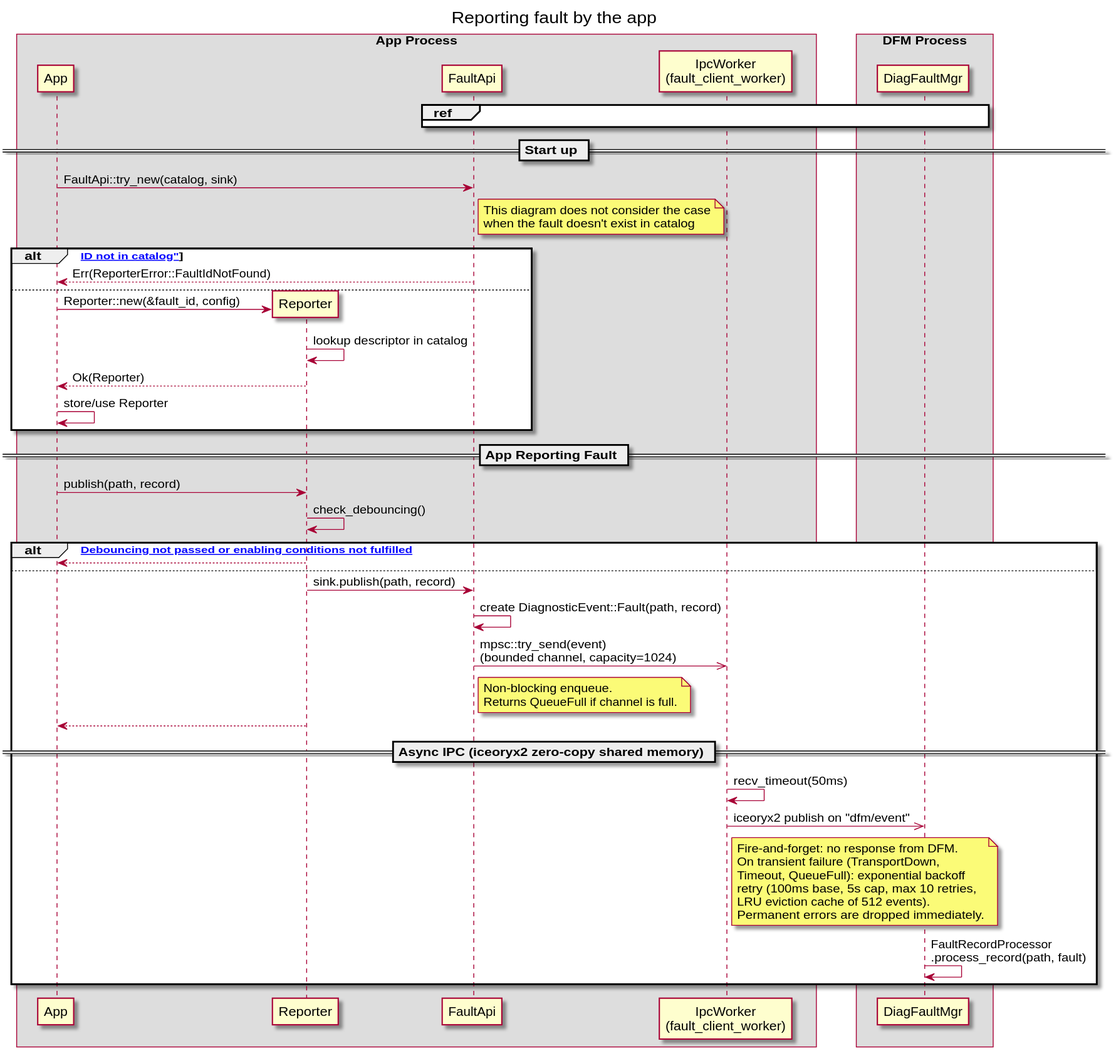
Above: docs/puml/new_fault.svg in eclipse-opensovd/fault-lib (PlantUML), before the change.
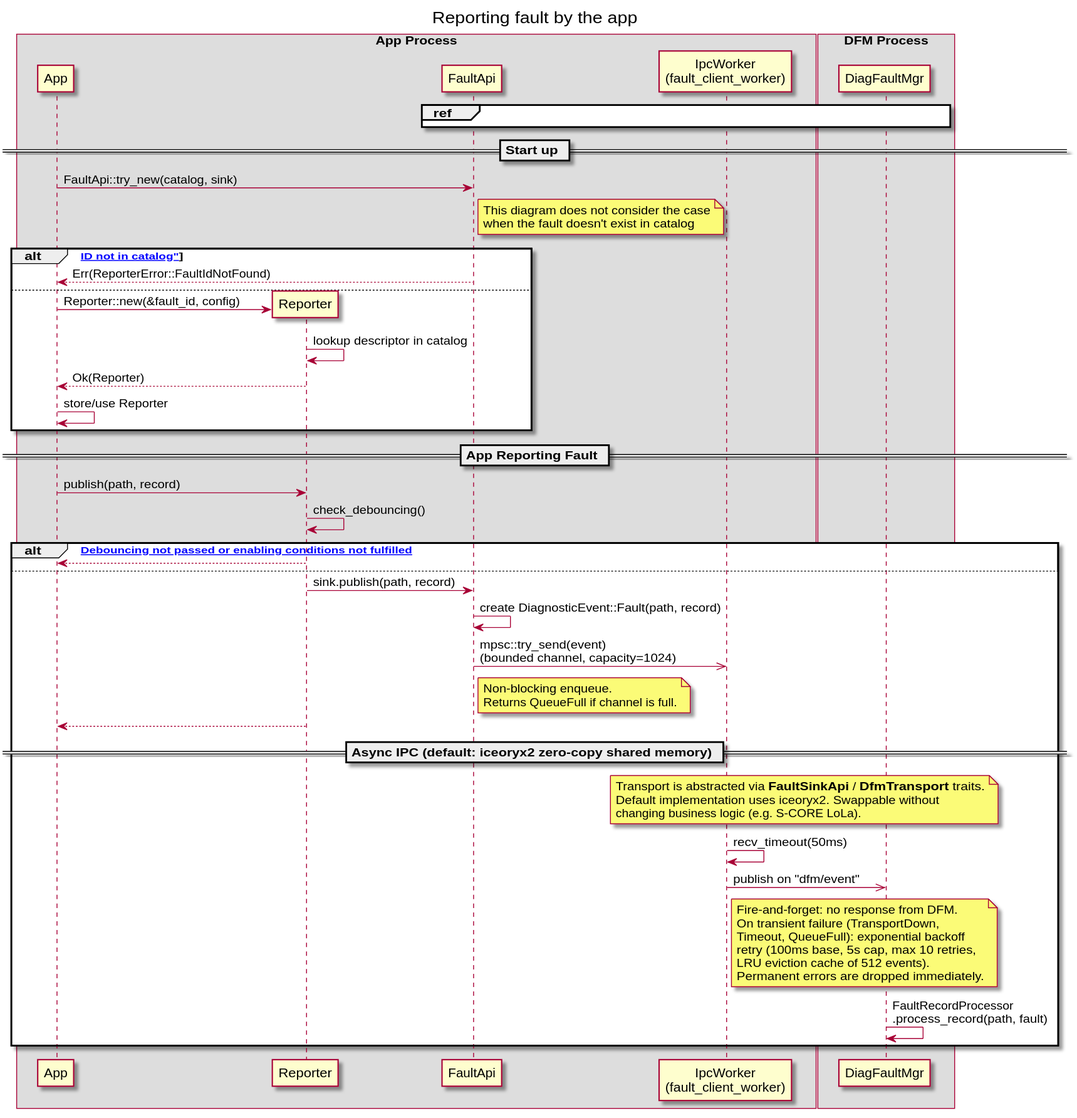
Above is the later version.

The edit, as a diff of the source:
```diff
@@ -50,10 +50,15 @@
     end note
     App <-- Reporter
 
-    == Async IPC (iceoryx2 zero-copy shared memory) ==
+    == Async IPC (default: iceoryx2 zero-copy shared memory) ==
+    note over IpcWorker, DiagFaultMgr
+        Transport is abstracted via **FaultSinkApi** / **DfmTransport** traits.
+        Default implementation uses iceoryx2. Swappable without
+        changing business logic (e.g. S-CORE LoLa).
+    end note
 
     IpcWorker -> IpcWorker : recv_timeout(50ms)
-    IpcWorker ->> DiagFaultMgr : iceoryx2 publish on "dfm/event"
+    IpcWorker ->> DiagFaultMgr : publish on "dfm/event"
     note right of IpcWorker
         Fire-and-forget: no response from DFM.
         On transient failure (TransportDown,
```
